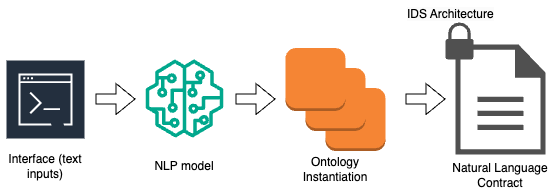
This is assets/bottom_up_architecture.png from VictorBenoiston/towards_legal_interoperability_IDS_archive, a draw.io export, as it was before one commit. Source tidied: cells renumbered, new cells last; positions are measured from the earlier drawing's top-left corner, leaving out a move shared by most shapes.
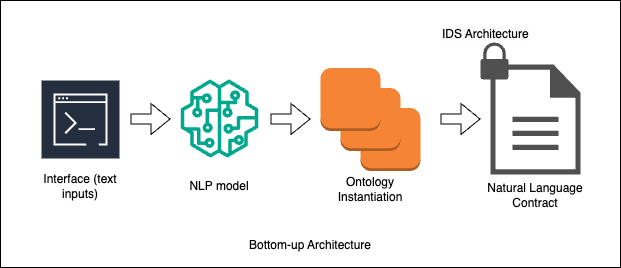
After the commit.

What changed in the source:
```diff
@@ -2,6 +2,9 @@
   <root>
     <mxCell id="0" />
     <mxCell id="1" parent="0" />
+    <mxCell id="17" style="rounded=0;whiteSpace=wrap;html=1;" parent="1" vertex="1">
+      <mxGeometry x="-35" y="-20" width="620" height="267" as="geometry" />
+    </mxCell>
     <mxCell id="2" style="sketch=0;fontColor=#232F3E;gradientColor=none;strokeColor=#ffffff;fillColor=#232F3E;dashed=0;verticalLabelPosition=middle;verticalAlign=bottom;align=center;html=1;whiteSpace=wrap;fontSize=10;fontStyle=1;spacing=3;shape=mxgraph.aws4.productIcon;prIcon=mxgraph.aws4.command_line_interface;" parent="1" vertex="1">
       <mxGeometry x="5" y="59" width="80" height="80" as="geometry" />
     </mxCell>
@@ -56,5 +59,8 @@
     <mxCell id="16" value="&lt;span style=&quot;color: rgb(0, 0, 0); font-family: Helvetica; font-size: 12px; font-style: normal; font-variant-ligatures: normal; font-variant-caps: normal; font-weight: 400; letter-spacing: normal; orphans: 2; text-align: center; text-indent: 0px; text-transform: none; widows: 2; word-spacing: 0px; -webkit-text-stroke-width: 0px; white-space: nowrap; background-color: rgb(251, 251, 251); text-decoration-thickness: initial; text-decoration-style: initial; text-decoration-color: initial; display: inline !important; float: none;&quot;&gt;IDS Architecture&lt;/span&gt;" style="text;whiteSpace=wrap;html=1;" parent="1" vertex="1">
       <mxGeometry x="405" width="120" height="40" as="geometry" />
     </mxCell>
+    <mxCell id="18" value="Bottom-up Architecture" style="text;html=1;align=center;verticalAlign=middle;whiteSpace=wrap;rounded=0;" parent="1" vertex="1">
+      <mxGeometry x="205" y="210" width="140" height="30" as="geometry" />
+    </mxCell>
   </root>
 </mxGraphModel>
```
